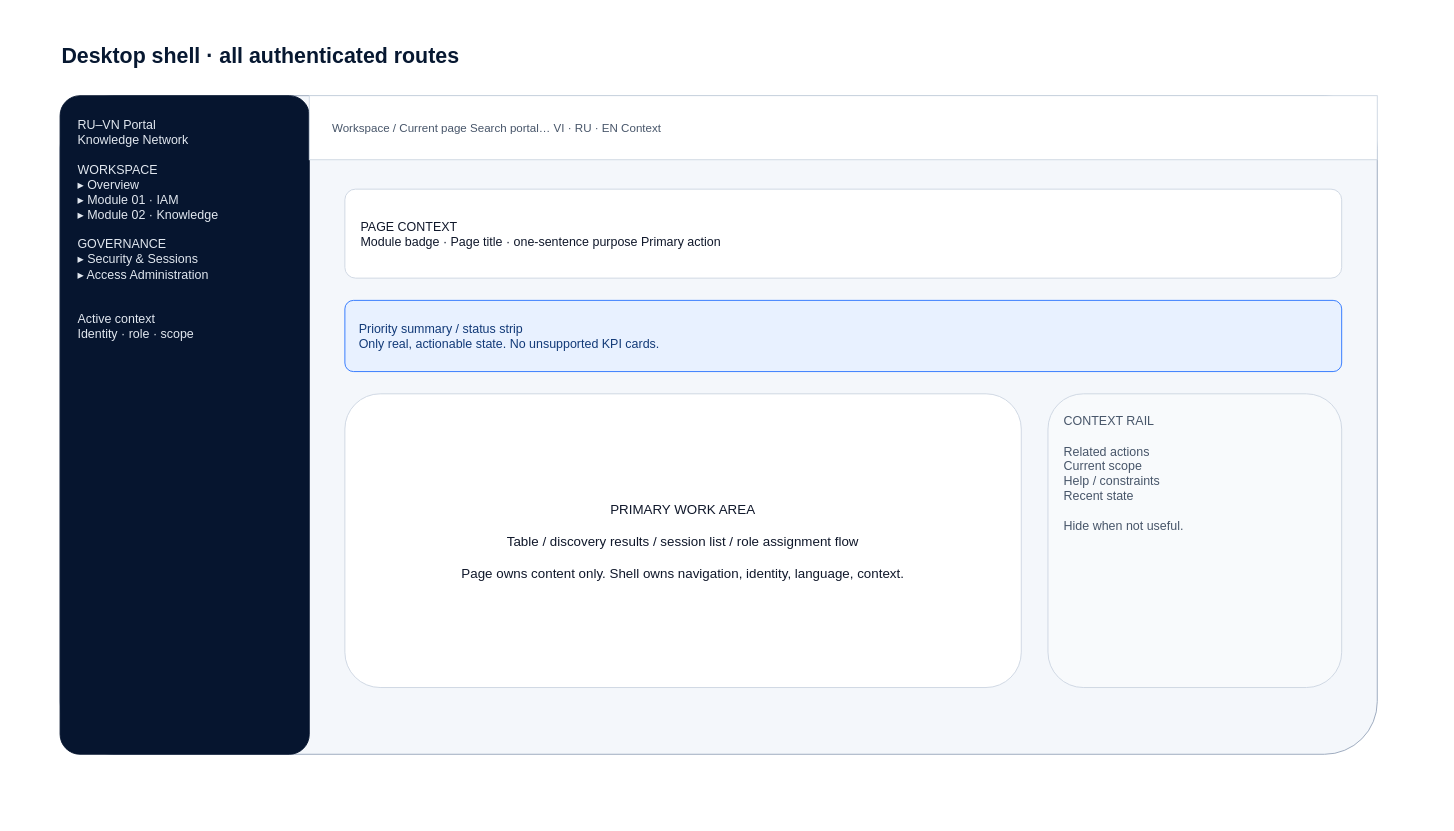
Earlier version of the draw.io diagram page "02 - Desktop Shell" (2 of 4) of docs/design/workspace-admin-shell-wireframe.drawio (dangminhdev0403/vnru-network). Source tidied: cells renumbered, new cells numbered last; positions are measured from the earlier drawing's top-left corner, leaving out a move shared by most shapes. Both pictures are drawn from the tidied source at 89%, with x=0, y=0 at pixel (60, 37).
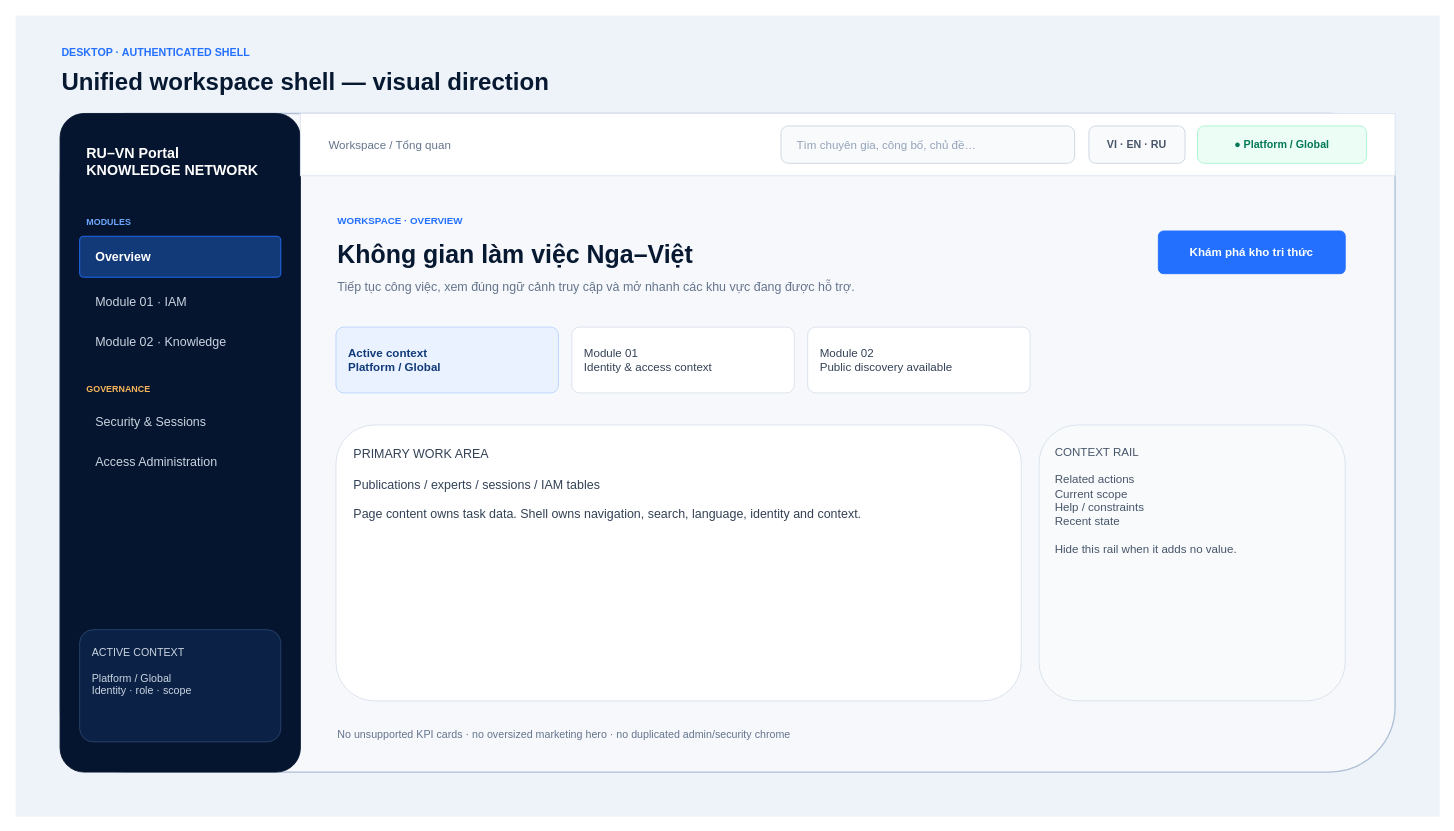
After the change.

Commit message (it also covers changes not shown here):
design(ui): refine unified workspace shell wireframe

Diff of the diagram source:
```diff
@@
-    <mxCell id="2" value="Desktop shell · all authenticated routes" style="text;html=1;fontSize=24;fontStyle=1;fontColor=#071831;" parent="1" vertex="1">
-      <mxGeometry width="700" height="40" as="geometry" />
-    </mxCell>
-    <mxCell id="3" style="rounded=1;whiteSpace=wrap;html=1;fillColor=#F4F7FB;strokeColor=#94A3B8;arcSize=8;" parent="1" vertex="1">
-      <mxGeometry y="65" width="1480" height="740" as="geometry" />
-    </mxCell>
-    <mxCell id="4" value="RU–VN Portal&#10;Knowledge Network&#10;&#10;WORKSPACE&#10;▸ Overview&#10;▸ Module 01 · IAM&#10;▸ Module 02 · Knowledge&#10;&#10;GOVERNANCE&#10;▸ Security &amp; Sessions&#10;▸ Access Administration&#10;&#10;&#10;Active context&#10;Identity · role · scope" style="rounded=1;whiteSpace=wrap;html=1;fillColor=#06152F;strokeColor=#06152F;fontColor=#E2E8F0;fontSize=14;align=left;verticalAlign=top;spacing=20;arcSize=8;" parent="1" vertex="1">
-      <mxGeometry y="65" width="280" height="740" as="geometry" />
-    </mxCell>
-    <mxCell id="5" value="Workspace / Current page                                      Search portal…     VI · RU · EN     Context" style="rounded=0;whiteSpace=wrap;html=1;fillColor=#FFFFFF;strokeColor=#CBD5E1;fontColor=#475569;fontSize=13;align=left;spacingLeft=24;" parent="1" vertex="1">
-      <mxGeometry x="280" y="65" width="1200" height="72" as="geometry" />
-    </mxCell>
-    <mxCell id="6" value="PAGE CONTEXT&#10;Module badge · Page title · one-sentence purpose                                      Primary action" style="rounded=1;whiteSpace=wrap;html=1;fillColor=#FFFFFF;strokeColor=#CBD5E1;fontColor=#0F172A;fontSize=14;align=left;spacing=18;arcSize=12;" parent="1" vertex="1">
-      <mxGeometry x="320" y="170" width="1120" height="100" as="geometry" />
-    </mxCell>
-    <mxCell id="7" value="Priority summary / status strip&#10;Only real, actionable state. No unsupported KPI cards." style="rounded=1;whiteSpace=wrap;html=1;fillColor=#E8F1FF;strokeColor=#2370FF;fontColor=#123A78;fontSize=14;align=left;spacing=16;arcSize=12;" parent="1" vertex="1">
-      <mxGeometry x="320" y="295" width="1120" height="80" as="geometry" />
-    </mxCell>
-    <mxCell id="8" value="PRIMARY WORK AREA&#10;&#10;Table / discovery results / session list / role assignment flow&#10;&#10;Page owns content only. Shell owns navigation, identity, language, context." style="rounded=1;whiteSpace=wrap;html=1;fillColor=#FFFFFF;strokeColor=#CBD5E1;fontColor=#0F172A;fontSize=15;align=center;verticalAlign=middle;arcSize=12;" parent="1" vertex="1">
-      <mxGeometry x="320" y="400" width="760" height="330" as="geometry" />
-    </mxCell>
-    <mxCell id="9" value="CONTEXT RAIL&#10;&#10;Related actions&#10;Current scope&#10;Help / constraints&#10;Recent state&#10;&#10;Hide when not useful." style="rounded=1;whiteSpace=wrap;html=1;fillColor=#F8FAFC;strokeColor=#CBD5E1;fontColor=#475569;fontSize=14;align=left;verticalAlign=top;spacing=18;arcSize=12;" parent="1" vertex="1">
-      <mxGeometry x="1110" y="400" width="330" height="330" as="geometry" />
-    </mxCell>
+    <mxCell id="10" style="rounded=0;whiteSpace=wrap;html=1;fillColor=#EEF3F9;strokeColor=none;" parent="1" vertex="1">
+      <mxGeometry x="-50" y="-25" width="1600" height="900" as="geometry" />
+    </mxCell>
+    <mxCell id="11" value="DESKTOP · AUTHENTICATED SHELL" style="text;html=1;fontSize=12;fontStyle=1;fontColor=#2370FF;align=left;letterSpacing=2;" parent="1" vertex="1">
+      <mxGeometry y="3" width="400" height="24" as="geometry" />
+    </mxCell>
+    <mxCell id="12" value="Unified workspace shell — visual direction" style="text;html=1;fontSize=27;fontStyle=1;fontColor=#071831;align=left;" parent="1" vertex="1">
+      <mxGeometry y="27" width="720" height="40" as="geometry" />
+    </mxCell>
+    <mxCell id="13" style="rounded=1;whiteSpace=wrap;html=1;fillColor=#F6F8FC;strokeColor=#AFC0D6;strokeWidth=1.5;arcSize=10;" parent="1" vertex="1">
+      <mxGeometry y="85" width="1500" height="740" as="geometry" />
+    </mxCell>
+    <mxCell id="14" style="rounded=1;whiteSpace=wrap;html=1;fillColor=#06152F;strokeColor=#06152F;arcSize=10;" parent="1" vertex="1">
+      <mxGeometry y="85" width="270" height="740" as="geometry" />
+    </mxCell>
+    <mxCell id="15" value="RU–VN Portal&#10;KNOWLEDGE NETWORK" style="text;html=1;fontSize=16;fontStyle=1;fontColor=#FFFFFF;align=left;verticalAlign=middle;" parent="1" vertex="1">
+      <mxGeometry x="28" y="111" width="190" height="55" as="geometry" />
+    </mxCell>
+    <mxCell id="16" value="MODULES" style="text;html=1;fontSize=10;fontStyle=1;fontColor=#6EA8FF;align=left;letterSpacing=2;" parent="1" vertex="1">
+      <mxGeometry x="28" y="195" width="120" height="20" as="geometry" />
+    </mxCell>
+    <mxCell id="17" value="Overview" style="rounded=1;whiteSpace=wrap;html=1;fillColor=#123A78;strokeColor=#2370FF;fontColor=#FFFFFF;fontStyle=1;fontSize=14;align=left;spacingLeft=16;arcSize=10;" parent="1" vertex="1">
+      <mxGeometry x="22" y="223" width="226" height="46" as="geometry" />
+    </mxCell>
+    <mxCell id="18" value="Module 01 · IAM" style="rounded=1;whiteSpace=wrap;html=1;fillColor=none;strokeColor=none;fontColor=#CBD5E1;fontSize=14;align=left;spacingLeft=16;" parent="1" vertex="1">
+      <mxGeometry x="22" y="276" width="226" height="42" as="geometry" />
+    </mxCell>
+    <mxCell id="19" value="Module 02 · Knowledge" style="rounded=1;whiteSpace=wrap;html=1;fillColor=none;strokeColor=none;fontColor=#CBD5E1;fontSize=14;align=left;spacingLeft=16;" parent="1" vertex="1">
+      <mxGeometry x="22" y="321" width="226" height="42" as="geometry" />
+    </mxCell>
+    <mxCell id="20" value="GOVERNANCE" style="text;html=1;fontSize=10;fontStyle=1;fontColor=#F6B55B;align=left;letterSpacing=2;" parent="1" vertex="1">
+      <mxGeometry x="28" y="383" width="150" height="20" as="geometry" />
+    </mxCell>
+    <mxCell id="21" value="Security &amp; Sessions" style="rounded=1;whiteSpace=wrap;html=1;fillColor=none;strokeColor=none;fontColor=#CBD5E1;fontSize=14;align=left;spacingLeft=16;" parent="1" vertex="1">
+      <mxGeometry x="22" y="411" width="226" height="42" as="geometry" />
+    </mxCell>
+    <mxCell id="22" value="Access Administration" style="rounded=1;whiteSpace=wrap;html=1;fillColor=none;strokeColor=none;fontColor=#CBD5E1;fontSize=14;align=left;spacingLeft=16;" parent="1" vertex="1">
+      <mxGeometry x="22" y="456" width="226" height="42" as="geometry" />
+    </mxCell>
+    <mxCell id="23" value="ACTIVE CONTEXT&#10;&#10;Platform / Global&#10;Identity · role · scope" style="rounded=1;whiteSpace=wrap;html=1;fillColor=#0B2146;strokeColor=#29456F;fontColor=#CBD5E1;fontSize=12;align=left;verticalAlign=top;spacing=14;arcSize=12;" parent="1" vertex="1">
+      <mxGeometry x="22" y="665" width="226" height="126" as="geometry" />
+    </mxCell>
+    <mxCell id="24" style="rounded=0;whiteSpace=wrap;html=1;fillColor=#FFFFFF;strokeColor=#DCE5F0;" parent="1" vertex="1">
+      <mxGeometry x="270" y="85" width="1230" height="70" as="geometry" />
+    </mxCell>
+    <mxCell id="25" value="Workspace  /  Tổng quan" style="text;html=1;fontSize=13;fontColor=#64748B;align=left;verticalAlign=middle;" parent="1" vertex="1">
+      <mxGeometry x="300" y="103" width="260" height="34" as="geometry" />
+    </mxCell>
+    <mxCell id="26" value="Tìm chuyên gia, công bố, chủ đề…" style="rounded=1;whiteSpace=wrap;html=1;fillColor=#F8FAFC;strokeColor=#CBD5E1;fontColor=#94A3B8;fontSize=13;align=left;spacingLeft=16;arcSize=20;" parent="1" vertex="1">
+      <mxGeometry x="810" y="99" width="330" height="42" as="geometry" />
+    </mxCell>
+    <mxCell id="27" value="VI · EN · RU" style="rounded=1;whiteSpace=wrap;html=1;fillColor=#F8FAFC;strokeColor=#CBD5E1;fontColor=#475569;fontSize=12;fontStyle=1;arcSize=18;" parent="1" vertex="1">
+      <mxGeometry x="1156" y="99" width="108" height="42" as="geometry" />
+    </mxCell>
+    <mxCell id="28" value="●  Platform / Global" style="rounded=1;whiteSpace=wrap;html=1;fillColor=#ECFDF5;strokeColor=#A7F3D0;fontColor=#047857;fontSize=12;fontStyle=1;arcSize=18;" parent="1" vertex="1">
+      <mxGeometry x="1278" y="99" width="190" height="42" as="geometry" />
+    </mxCell>
+    <mxCell id="29" value="WORKSPACE · OVERVIEW" style="text;html=1;fontSize=11;fontStyle=1;fontColor=#2370FF;align=left;letterSpacing=1.5;" parent="1" vertex="1">
+      <mxGeometry x="310" y="193" width="260" height="24" as="geometry" />
+    </mxCell>
+    <mxCell id="30" value="Không gian làm việc Nga–Việt" style="text;html=1;fontSize=28;fontStyle=1;fontColor=#071831;align=left;" parent="1" vertex="1">
+      <mxGeometry x="310" y="221" width="520" height="44" as="geometry" />
+    </mxCell>
+    <mxCell id="31" value="Tiếp tục công việc, xem đúng ngữ cảnh truy cập và mở nhanh các khu vực đang được hỗ trợ." style="text;html=1;fontSize=14;fontColor=#64748B;align=left;" parent="1" vertex="1">
+      <mxGeometry x="310" y="265" width="720" height="32" as="geometry" />
+    </mxCell>
+    <mxCell id="32" value="Khám phá kho tri thức" style="rounded=1;whiteSpace=wrap;html=1;fillColor=#2370FF;strokeColor=#2370FF;fontColor=#FFFFFF;fontSize=13;fontStyle=1;arcSize=12;" parent="1" vertex="1">
+      <mxGeometry x="1234" y="217" width="210" height="48" as="geometry" />
+    </mxCell>
+    <mxCell id="33" value="Active context&#10;Platform / Global" style="rounded=1;whiteSpace=wrap;html=1;fillColor=#EAF2FF;strokeColor=#BBD3FF;fontColor=#123A78;fontSize=13;fontStyle=1;align=left;verticalAlign=middle;spacing=14;arcSize=12;" parent="1" vertex="1">
+      <mxGeometry x="310" y="325" width="250" height="74" as="geometry" />
+    </mxCell>
+    <mxCell id="34" value="Module 01&#10;Identity &amp; access context" style="rounded=1;whiteSpace=wrap;html=1;fillColor=#FFFFFF;strokeColor=#D8E1EC;fontColor=#334155;fontSize=13;align=left;verticalAlign=middle;spacing=14;arcSize=12;" parent="1" vertex="1">
+      <mxGeometry x="575" y="325" width="250" height="74" as="geometry" />
+    </mxCell>
+    <mxCell id="35" value="Module 02&#10;Public discovery available" style="rounded=1;whiteSpace=wrap;html=1;fillColor=#FFFFFF;strokeColor=#D8E1EC;fontColor=#334155;fontSize=13;align=left;verticalAlign=middle;spacing=14;arcSize=12;" parent="1" vertex="1">
+      <mxGeometry x="840" y="325" width="250" height="74" as="geometry" />
+    </mxCell>
+    <mxCell id="36" value="PRIMARY WORK AREA&#10;&#10;Publications / experts / sessions / IAM tables&#10;&#10;Page content owns task data. Shell owns navigation, search, language, identity and context." style="rounded=1;whiteSpace=wrap;html=1;fillColor=#FFFFFF;strokeColor=#D8E1EC;fontColor=#334155;fontSize=14;align=left;verticalAlign=top;spacing=20;arcSize=14;" parent="1" vertex="1">
+      <mxGeometry x="310" y="435" width="770" height="310" as="geometry" />
+    </mxCell>
+    <mxCell id="37" value="CONTEXT RAIL&#10;&#10;Related actions&#10;Current scope&#10;Help / constraints&#10;Recent state&#10;&#10;Hide this rail when it adds no value." style="rounded=1;whiteSpace=wrap;html=1;fillColor=#F8FAFC;strokeColor=#D8E1EC;fontColor=#475569;fontSize=13;align=left;verticalAlign=top;spacing=18;arcSize=14;" parent="1" vertex="1">
+      <mxGeometry x="1100" y="435" width="344" height="310" as="geometry" />
+    </mxCell>
+    <mxCell id="38" value="No unsupported KPI cards · no oversized marketing hero · no duplicated admin/security chrome" style="text;html=1;fontSize=12;fontColor=#64748B;align=left;" parent="1" vertex="1">
+      <mxGeometry x="310" y="769" width="720" height="24" as="geometry" />
+    </mxCell>
```
